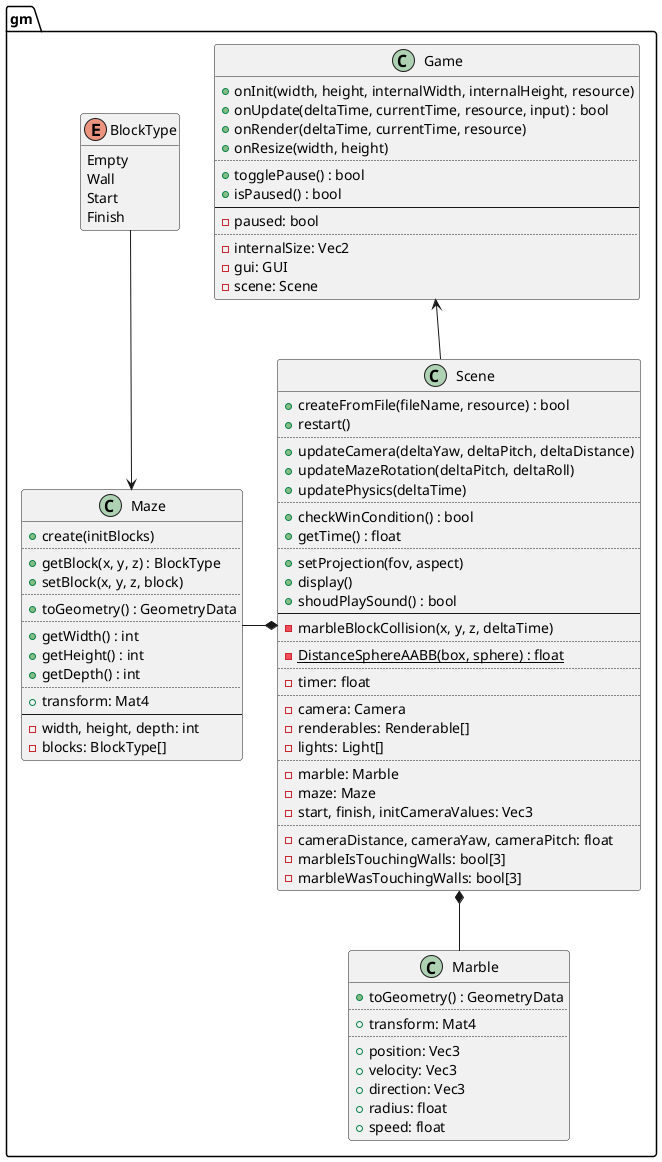
Above: design/gm.png in ba6er/marblemaze (PlantUML), before the change.
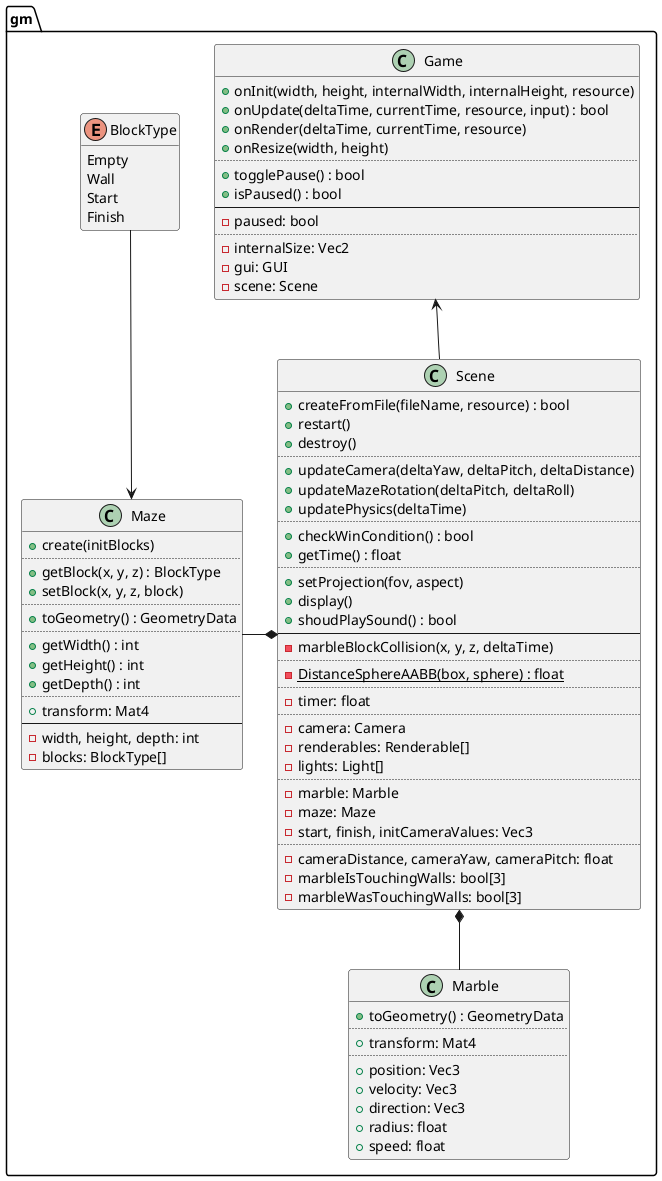
The same diagram one commit later.

Commit message:
Added Scene::destroy

Diff of the diagram source:
```diff
@@ -20,6 +20,7 @@
 class gm::Scene {
 	+createFromFile(fileName, resource) : bool
 	+restart()
+	+destroy()
 	..
 	+updateCamera(deltaYaw, deltaPitch, deltaDistance)
 	+updateMazeRotation(deltaPitch, deltaRoll)
```
